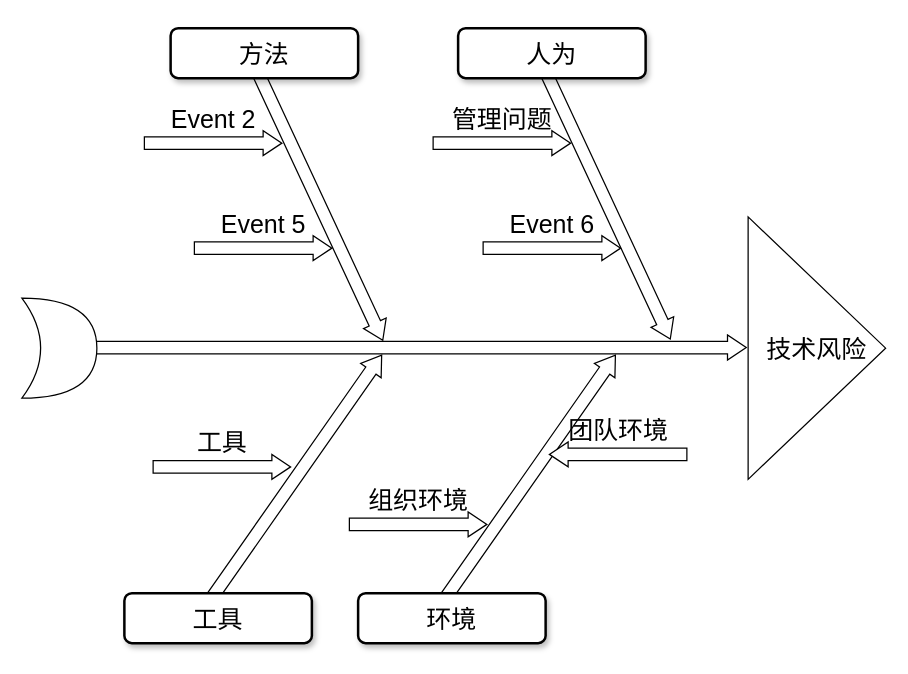
LinuxSuRen/LinuxSuRen keeps this draw.io diagram as 技术风险鱼骨图.drawio. Above is the earlier version. Source tidied: cells renumbered, new cells numbered last; positions are measured from the earlier drawing's top-left corner, leaving out a move shared by most shapes. Both pictures are drawn from the tidied source at 125%, with x=0, y=0 at pixel (21, 21).
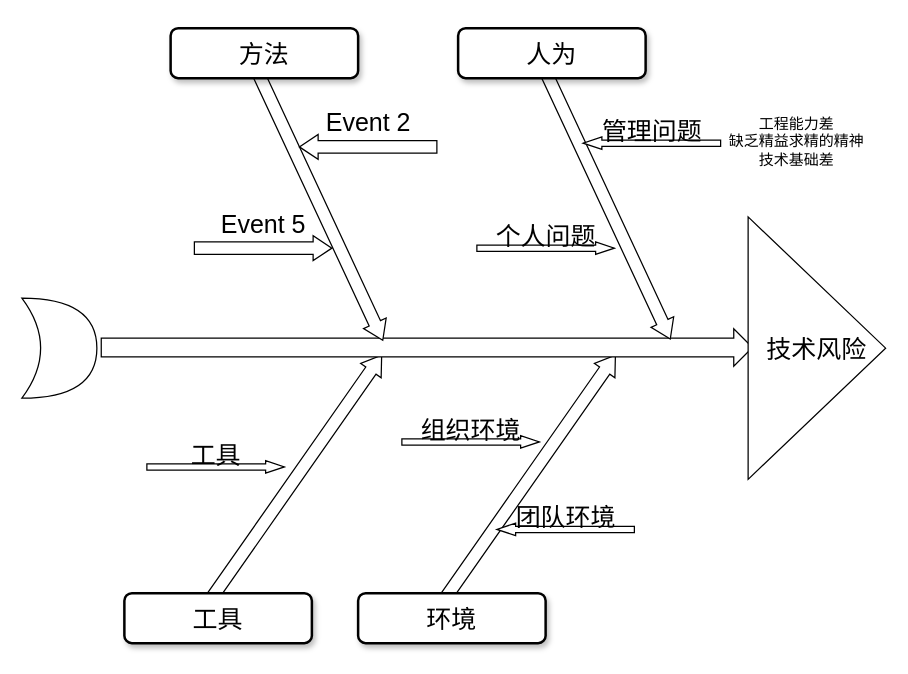
Above is the later version.

Commit message:
更新技术风险鱼骨图.drawio

Change to the diagram source:
```diff
@@
     <mxCell id="4" style="html=1;shadow=0;dashed=0;align=center;verticalAlign=middle;shape=mxgraph.arrows2.arrow;dy=0.5;dx=15;direction=north;notch=0;rounded=0;strokeWidth=1;fontSize=20;rotation=90;" parent="1" vertex="1">
-      <mxGeometry x="309" width="20" height="521" as="geometry" />
+      <mxGeometry x="309" width="30" height="521" as="geometry" />
     </mxCell>
@@
-    <mxCell id="11" value="Event 2" style="html=1;shadow=0;dashed=0;align=center;verticalAlign=middle;shape=mxgraph.arrows2.arrow;dy=0.5;dx=15;direction=north;notch=0;rounded=0;strokeWidth=1;fontSize=20;rotation=90;horizontal=0;labelPosition=left;verticalLabelPosition=middle;" parent="1" vertex="1">
-      <mxGeometry x="143" y="42" width="20" height="110" as="geometry" />
+    <mxCell id="11" value="Event 2" style="html=1;shadow=0;dashed=0;align=center;verticalAlign=middle;shape=mxgraph.arrows2.arrow;dy=0.5;dx=15;direction=south;notch=0;rounded=0;strokeWidth=1;fontSize=20;rotation=90;horizontal=0;labelPosition=left;verticalLabelPosition=middle;" parent="1" vertex="1">
+      <mxGeometry x="267" y="45" width="20" height="110" as="geometry" />
     </mxCell>
-    <mxCell id="12" value="管理问题" style="html=1;shadow=0;dashed=0;align=center;verticalAlign=middle;shape=mxgraph.arrows2.arrow;dy=0.5;dx=15;direction=north;notch=0;rounded=0;strokeWidth=1;fontSize=20;rotation=90;horizontal=0;labelPosition=left;verticalLabelPosition=middle;" parent="1" vertex="1">
-      <mxGeometry x="374" y="42" width="20" height="110" as="geometry" />
+    <mxCell id="12" value="管理问题" style="html=1;shadow=0;dashed=0;align=center;verticalAlign=middle;shape=mxgraph.arrows2.arrow;dy=0.5;dx=15;direction=south;notch=0;rounded=0;strokeWidth=1;fontSize=20;rotation=90;horizontal=0;labelPosition=left;verticalLabelPosition=middle;" parent="1" vertex="1">
+      <mxGeometry x="499" y="42" width="10" height="110" as="geometry" />
     </mxCell>
     <mxCell id="13" value="组织环境" style="html=1;shadow=0;dashed=0;align=center;verticalAlign=middle;shape=mxgraph.arrows2.arrow;dy=0.5;dx=15;direction=north;notch=0;rounded=0;strokeWidth=1;fontSize=20;rotation=90;horizontal=0;labelPosition=left;verticalLabelPosition=middle;" parent="1" vertex="1">
-      <mxGeometry x="307" y="347" width="20" height="110" as="geometry" />
+      <mxGeometry x="354" y="281" width="10" height="110" as="geometry" />
     </mxCell>
@@
-    <mxCell id="15" value="Event 6" style="html=1;shadow=0;dashed=0;align=center;verticalAlign=middle;shape=mxgraph.arrows2.arrow;dy=0.5;dx=15;direction=north;notch=0;rounded=0;strokeWidth=1;fontSize=20;rotation=90;horizontal=0;labelPosition=left;verticalLabelPosition=middle;" parent="1" vertex="1">
-      <mxGeometry x="414" y="126" width="20" height="110" as="geometry" />
+    <mxCell id="15" value="个人问题" style="html=1;shadow=0;dashed=0;align=center;verticalAlign=middle;shape=mxgraph.arrows2.arrow;dy=0.5;dx=15;direction=north;notch=0;rounded=0;strokeWidth=1;fontSize=20;rotation=90;horizontal=0;labelPosition=left;verticalLabelPosition=middle;" parent="1" vertex="1">
+      <mxGeometry x="414" y="126" width="10" height="110" as="geometry" />
     </mxCell>
     <mxCell id="16" value="工具" style="html=1;shadow=0;dashed=0;align=center;verticalAlign=middle;shape=mxgraph.arrows2.arrow;dy=0.5;dx=15;direction=north;notch=0;rounded=0;strokeWidth=1;fontSize=20;rotation=90;horizontal=0;labelPosition=left;verticalLabelPosition=middle;" parent="1" vertex="1">
-      <mxGeometry x="150" y="301" width="20" height="110" as="geometry" />
+      <mxGeometry x="150" y="301" width="10" height="110" as="geometry" />
     </mxCell>
     <mxCell id="17" value="团队环境" style="html=1;shadow=0;dashed=0;align=center;verticalAlign=middle;shape=mxgraph.arrows2.arrow;dy=0.5;dx=15;direction=south;notch=0;rounded=0;strokeWidth=1;fontSize=20;rotation=90;horizontal=0;labelPosition=left;verticalLabelPosition=middle;" parent="1" vertex="1">
-      <mxGeometry x="467" y="291" width="20" height="110" as="geometry" />
+      <mxGeometry x="430" y="351" width="10" height="110" as="geometry" />
     </mxCell>
@@
+    <mxCell id="20" value="工程能力差&lt;div&gt;缺乏精益求精的精神&lt;/div&gt;&lt;div&gt;技术基础差&lt;/div&gt;" style="text;html=1;whiteSpace=wrap;strokeColor=none;fillColor=none;align=center;verticalAlign=middle;rounded=0;" parent="1" vertex="1">
+      <mxGeometry x="560" y="81" width="120" height="30" as="geometry" />
+    </mxCell>
```
